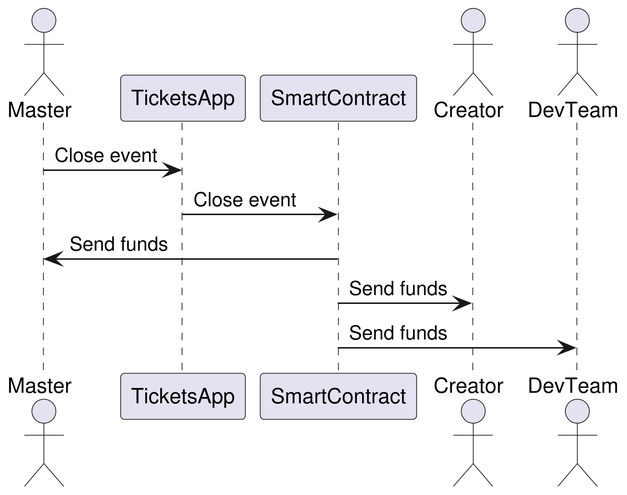
Before: img/close-event.png, a diagram exported from PlantUML (ai-shift/cyber-valley-tickets).
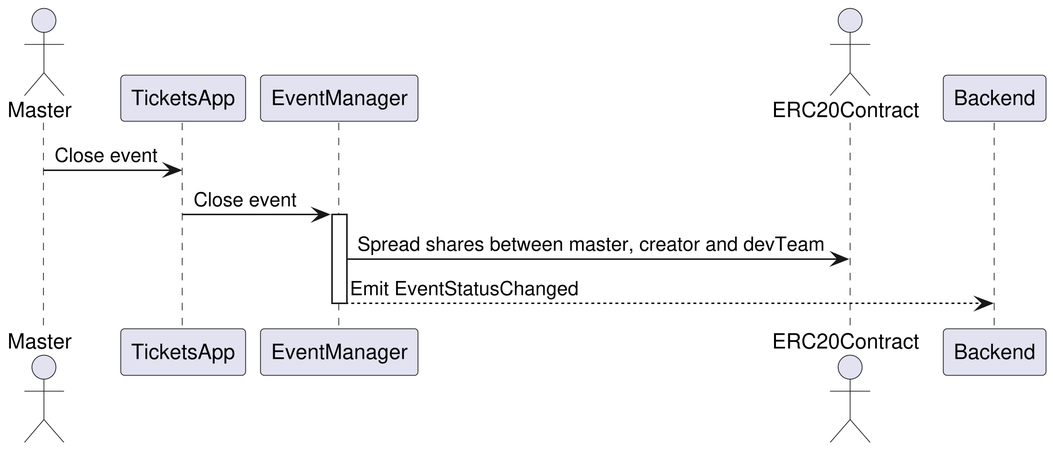
Above is the later version.

The edit, as a diff of the source:
```diff
@@ -2,13 +2,14 @@
 skinparam Dpi 300
 actor Master
 participant TicketsApp
-participant SmartContract
-actor Creator
-actor DevTeam
+participant EventManager
+actor ERC20Contract
+participant Backend
 
 Master -> TicketsApp: Close event
-TicketsApp -> SmartContract: Close event
-SmartContract -> Master: Send funds
-SmartContract -> Creator: Send funds
-SmartContract -> DevTeam: Send funds
+TicketsApp -> EventManager: Close event
+activate EventManager
+  EventManager -> ERC20Contract: Spread shares between master, creator and devTeam
+  EventManager --> Backend: Emit EventStatusChanged
+deactivate EventManager
 @enduml
```
